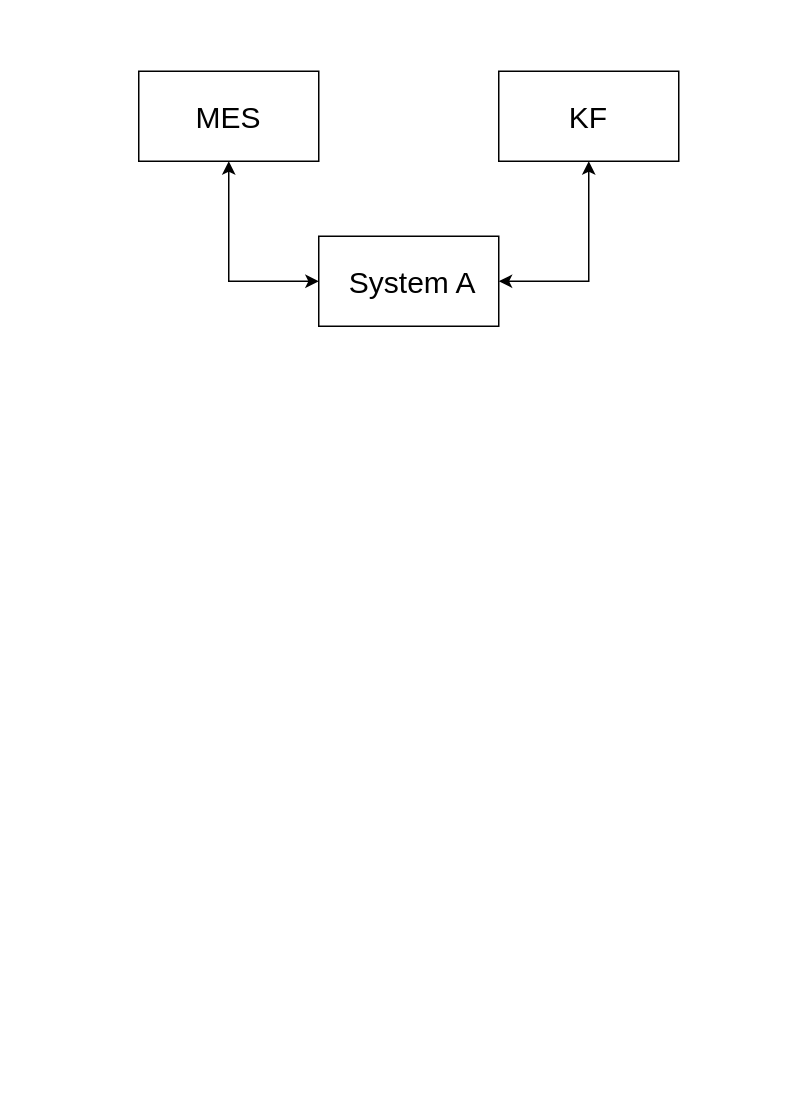
Above: page "Channel SSD" (3 of 4) of MES Mindmaps/MES分階段.drawio in vinceliao99/MyDiagrams (draw.io), before the change. Source tidied: cells renumbered, new cells numbered last; positions are measured from the earlier drawing's top-left corner, leaving out a move shared by most shapes. Both pictures are drawn from the tidied source at 150%, with x=0, y=0 at pixel (138, 70).
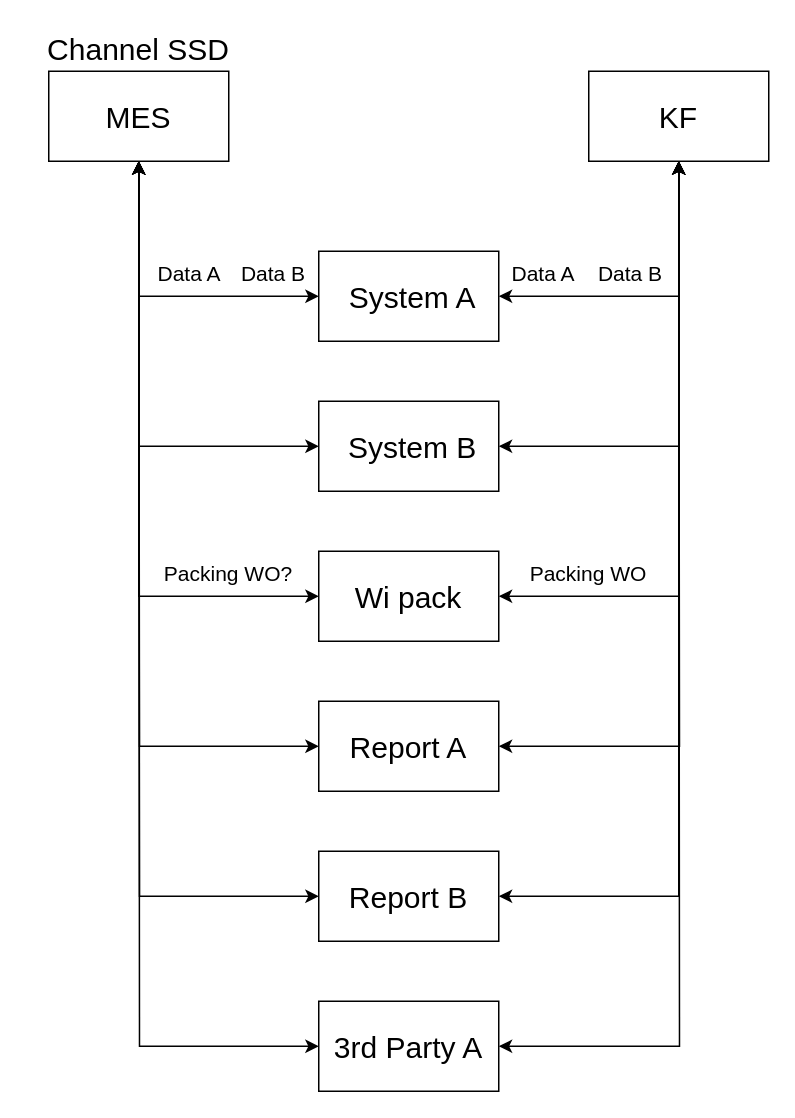
Above is the later version.

The edit, as a diff of the source:
```diff
@@
     <mxCell id="2" value="&lt;font style=&quot;font-size: 20px;&quot;&gt;MES&lt;/font&gt;" style="rounded=0;whiteSpace=wrap;html=1;" parent="1" vertex="1">
-      <mxGeometry width="120" height="60" as="geometry" />
+      <mxGeometry x="-60" width="120" height="60" as="geometry" />
     </mxCell>
     <mxCell id="3" value="&lt;font style=&quot;font-size: 20px;&quot;&gt;KF&lt;/font&gt;" style="rounded=0;whiteSpace=wrap;html=1;" parent="1" vertex="1">
-      <mxGeometry x="240" width="120" height="60" as="geometry" />
+      <mxGeometry x="300" width="120" height="60" as="geometry" />
     </mxCell>
@@
     <mxCell id="6" value="&lt;font style=&quot;font-size: 20px;&quot;&gt;&amp;nbsp;System A&lt;/font&gt;" style="rounded=0;whiteSpace=wrap;html=1;" parent="1" vertex="1">
-      <mxGeometry x="120" y="110" width="120" height="60" as="geometry" />
+      <mxGeometry x="120" y="120" width="120" height="60" as="geometry" />
     </mxCell>
+    <mxCell id="7" style="edgeStyle=orthogonalEdgeStyle;rounded=0;jettySize=auto;html=1;exitX=1;exitY=0.5;exitDx=0;exitDy=0;entryX=0.5;entryY=1;entryDx=0;entryDy=0;fontSize=20;startArrow=classic;startFill=1;" parent="1" edge="1" source="9" target="3">
+      <mxGeometry relative="1" as="geometry" />
+    </mxCell>
+    <mxCell id="8" style="edgeStyle=orthogonalEdgeStyle;rounded=0;jettySize=auto;html=1;exitX=0;exitY=0.5;exitDx=0;exitDy=0;fontSize=20;startArrow=classic;startFill=1;entryX=0.5;entryY=1;entryDx=0;entryDy=0;" parent="1" edge="1" source="9" target="2">
+      <mxGeometry relative="1" as="geometry" />
+    </mxCell>
+    <mxCell id="9" value="&lt;font style=&quot;font-size: 20px;&quot;&gt;&amp;nbsp;System B&lt;/font&gt;" style="rounded=0;whiteSpace=wrap;html=1;" parent="1" vertex="1">
+      <mxGeometry x="120" y="220" width="120" height="60" as="geometry" />
+    </mxCell>
+    <mxCell id="10" value="Channel SSD" style="text;html=1;strokeColor=none;fillColor=none;align=center;verticalAlign=middle;whiteSpace=wrap;rounded=0;fontSize=20;" parent="1" vertex="1">
+      <mxGeometry x="-75" y="-30" width="150" height="30" as="geometry" />
+    </mxCell>
+    <mxCell id="11" style="edgeStyle=orthogonalEdgeStyle;rounded=0;jettySize=auto;html=1;exitX=0;exitY=0.5;exitDx=0;exitDy=0;fontSize=20;startArrow=classic;startFill=1;entryX=0.5;entryY=1;entryDx=0;entryDy=0;" parent="1" edge="1" source="13" target="2">
+      <mxGeometry relative="1" as="geometry" />
+    </mxCell>
+    <mxCell id="12" style="edgeStyle=orthogonalEdgeStyle;rounded=0;jettySize=auto;html=1;exitX=1;exitY=0.5;exitDx=0;exitDy=0;entryX=0.5;entryY=1;entryDx=0;entryDy=0;fontSize=20;startArrow=classic;startFill=1;" parent="1" edge="1" source="13" target="3">
+      <mxGeometry relative="1" as="geometry" />
+    </mxCell>
+    <mxCell id="13" value="&lt;font style=&quot;font-size: 20px;&quot;&gt;Wi pack&lt;/font&gt;" style="rounded=0;whiteSpace=wrap;html=1;" parent="1" vertex="1">
+      <mxGeometry x="120" y="320" width="120" height="60" as="geometry" />
+    </mxCell>
+    <mxCell id="14" value="Data A" style="text;html=1;strokeColor=none;fillColor=none;align=center;verticalAlign=middle;whiteSpace=wrap;rounded=0;fontSize=14;" parent="1" vertex="1">
+      <mxGeometry x="240" y="120" width="60" height="30" as="geometry" />
+    </mxCell>
+    <mxCell id="15" value="Data B" style="text;html=1;strokeColor=none;fillColor=none;align=center;verticalAlign=middle;whiteSpace=wrap;rounded=0;fontSize=14;" parent="1" vertex="1">
+      <mxGeometry x="298" y="120" width="60" height="30" as="geometry" />
+    </mxCell>
+    <mxCell id="16" value="Data A" style="text;html=1;strokeColor=none;fillColor=none;align=center;verticalAlign=middle;whiteSpace=wrap;rounded=0;fontSize=14;" parent="1" vertex="1">
+      <mxGeometry x="4" y="120" width="60" height="30" as="geometry" />
+    </mxCell>
+    <mxCell id="17" value="Data B" style="text;html=1;strokeColor=none;fillColor=none;align=center;verticalAlign=middle;whiteSpace=wrap;rounded=0;fontSize=14;" parent="1" vertex="1">
+      <mxGeometry x="60" y="120" width="60" height="30" as="geometry" />
+    </mxCell>
+    <mxCell id="18" value="Packing WO?" style="text;html=1;strokeColor=none;fillColor=none;align=center;verticalAlign=middle;whiteSpace=wrap;rounded=0;fontSize=14;" parent="1" vertex="1">
+      <mxGeometry x="15" y="320" width="90" height="30" as="geometry" />
+    </mxCell>
+    <mxCell id="19" value="Packing WO" style="text;html=1;strokeColor=none;fillColor=none;align=center;verticalAlign=middle;whiteSpace=wrap;rounded=0;fontSize=14;" parent="1" vertex="1">
+      <mxGeometry x="260" y="320" width="80" height="30" as="geometry" />
+    </mxCell>
+    <mxCell id="20" style="edgeStyle=orthogonalEdgeStyle;rounded=0;jettySize=auto;html=1;exitX=1;exitY=0.5;exitDx=0;exitDy=0;fontSize=14;startArrow=classic;startFill=1;" parent="1" edge="1" source="22">
+      <mxGeometry relative="1" as="geometry">
+        <mxPoint x="360" y="60" as="targetPoint" />
+      </mxGeometry>
+    </mxCell>
+    <mxCell id="21" style="edgeStyle=orthogonalEdgeStyle;rounded=0;jettySize=auto;html=1;exitX=0;exitY=0.5;exitDx=0;exitDy=0;fontSize=14;startArrow=classic;startFill=1;" parent="1" edge="1" source="22">
+      <mxGeometry relative="1" as="geometry">
+        <mxPoint y="60" as="targetPoint" />
+      </mxGeometry>
+    </mxCell>
+    <mxCell id="22" value="&lt;font style=&quot;font-size: 20px;&quot;&gt;Report A&lt;/font&gt;" style="rounded=0;whiteSpace=wrap;html=1;" parent="1" vertex="1">
+      <mxGeometry x="120" y="420" width="120" height="60" as="geometry" />
+    </mxCell>
+    <mxCell id="23" style="edgeStyle=orthogonalEdgeStyle;rounded=0;jettySize=auto;html=1;exitX=1;exitY=0.5;exitDx=0;exitDy=0;entryX=0.5;entryY=1;entryDx=0;entryDy=0;fontSize=14;startArrow=classic;startFill=1;" parent="1" edge="1" source="25" target="3">
+      <mxGeometry relative="1" as="geometry" />
+    </mxCell>
+    <mxCell id="24" style="edgeStyle=orthogonalEdgeStyle;rounded=0;jettySize=auto;html=1;exitX=0;exitY=0.5;exitDx=0;exitDy=0;fontSize=14;startArrow=classic;startFill=1;" parent="1" edge="1" source="25">
+      <mxGeometry relative="1" as="geometry">
+        <mxPoint y="60" as="targetPoint" />
+      </mxGeometry>
+    </mxCell>
+    <mxCell id="25" value="&lt;font style=&quot;font-size: 20px;&quot;&gt;Report B&lt;/font&gt;" style="rounded=0;whiteSpace=wrap;html=1;" parent="1" vertex="1">
+      <mxGeometry x="120" y="520" width="120" height="60" as="geometry" />
+    </mxCell>
+    <mxCell id="26" style="edgeStyle=orthogonalEdgeStyle;rounded=0;jettySize=auto;html=1;exitX=1;exitY=0.5;exitDx=0;exitDy=0;fontSize=14;startArrow=classic;startFill=1;" parent="1" edge="1" source="28">
+      <mxGeometry relative="1" as="geometry">
+        <mxPoint x="360" y="60" as="targetPoint" />
+      </mxGeometry>
+    </mxCell>
+    <mxCell id="27" style="edgeStyle=orthogonalEdgeStyle;rounded=0;jettySize=auto;html=1;exitX=0;exitY=0.5;exitDx=0;exitDy=0;fontSize=14;startArrow=classic;startFill=1;" parent="1" edge="1" source="28">
+      <mxGeometry relative="1" as="geometry">
+        <mxPoint y="60" as="targetPoint" />
+      </mxGeometry>
+    </mxCell>
+    <mxCell id="28" value="&lt;font style=&quot;font-size: 20px;&quot;&gt;3rd Party A&lt;/font&gt;" style="rounded=0;whiteSpace=wrap;html=1;" parent="1" vertex="1">
+      <mxGeometry x="120" y="620" width="120" height="60" as="geometry" />
+    </mxCell>
```
